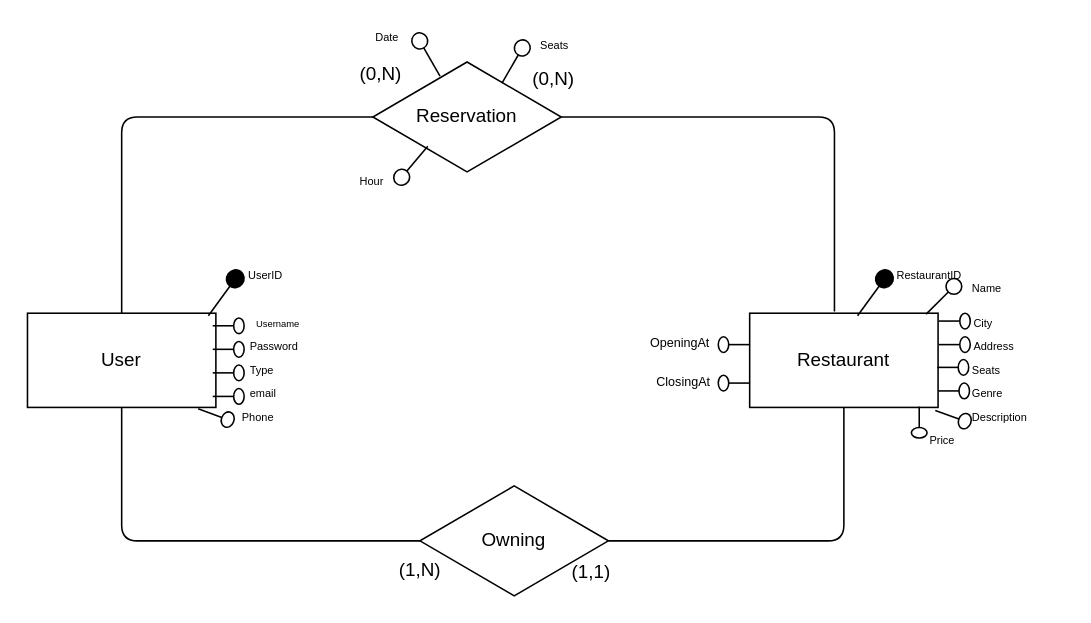
Before: schemes/ERLSMSD.drawio in SpeedJack/lsmsd0, a draw.io diagram. Source tidied: cells renumbered, new cells numbered last; positions are measured from the earlier drawing's top-left corner, leaving out a move shared by most shapes. Both pictures are drawn from the tidied source at 157%, with x=0, y=0 at pixel (27, 27).
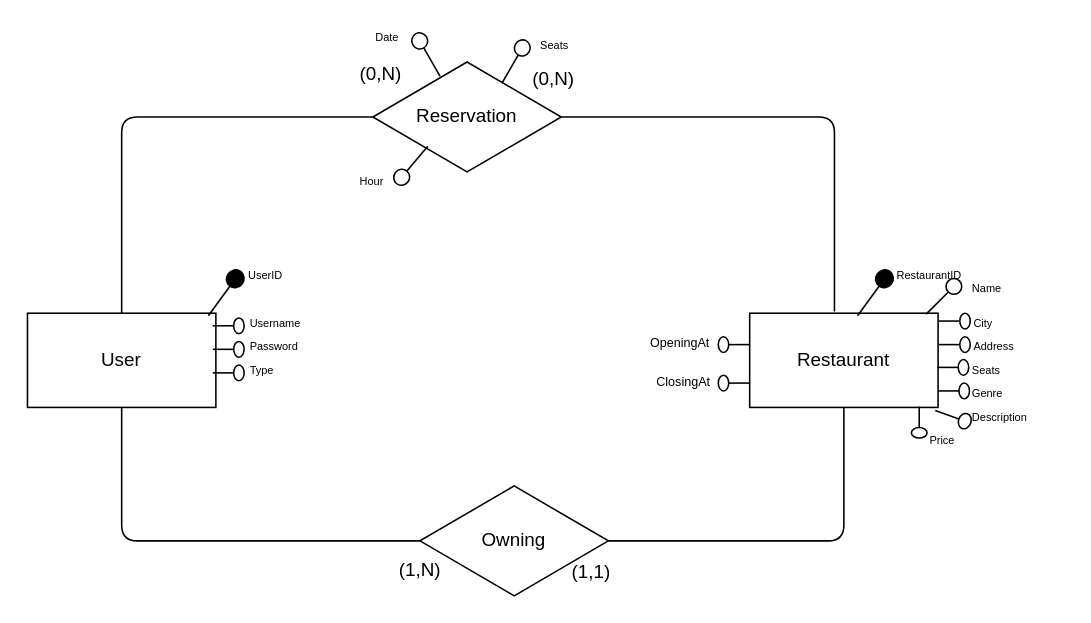
The same diagram, later.

The change refers to these unchanged cells:
```xml
<mxCell id="38" style="group;rotation=90;" parent="1" vertex="1">
  <mxGeometry x="100" y="202" width="55" height="20" as="geometry" />
</mxCell>
```

Change to the diagram source:
```diff
@@
-    <mxCell id="39" style="verticalLabelPosition=bottom;align=center;dashed=0;html=1;verticalAlign=top;shape=mxgraph.pid.piping.spacer;fontSize=7;rotation=90;" parent="38" vertex="1">
-      <mxGeometry x="23" y="23" width="10" height="20" as="geometry" />
-    </mxCell>
@@
-    <mxCell id="45" value="&lt;font style=&quot;font-size: 6px&quot;&gt;Username&lt;/font&gt;" style="text;html=1;align=left;verticalAlign=top;spacingTop=-4;" parent="1" vertex="1">
-      <mxGeometry x="143.5" y="177" width="40" height="20" as="geometry" />
+    <mxCell id="45" value="&lt;font style=&quot;font-size: 7px&quot;&gt;Username&lt;/font&gt;" style="text;html=1;align=left;verticalAlign=top;spacingTop=-4;" parent="1" vertex="1">
+      <mxGeometry x="140" y="177" width="50" height="20" as="geometry" />
     </mxCell>
@@
-    <mxCell id="48" value="&lt;font style=&quot;font-size: 7px&quot;&gt;email&lt;/font&gt;" style="text;html=1;align=left;verticalAlign=top;spacingTop=-4;" parent="1" vertex="1">
-      <mxGeometry x="140" y="222" width="30" height="20" as="geometry" />
-    </mxCell>
-    <mxCell id="49" style="verticalLabelPosition=bottom;align=center;dashed=0;html=1;verticalAlign=top;shape=mxgraph.pid.piping.spacer;rotation=110;" parent="1" vertex="1">
-      <mxGeometry x="115" y="235" width="10" height="24" as="geometry" />
-    </mxCell>
-    <mxCell id="50" value="&lt;font style=&quot;font-size: 7px&quot;&gt;Phone&lt;/font&gt;" style="text;html=1;align=left;verticalAlign=top;spacingTop=-4;direction=south;" parent="1" vertex="1">
-      <mxGeometry x="135" y="237" width="20" height="30" as="geometry" />
-    </mxCell>
```
